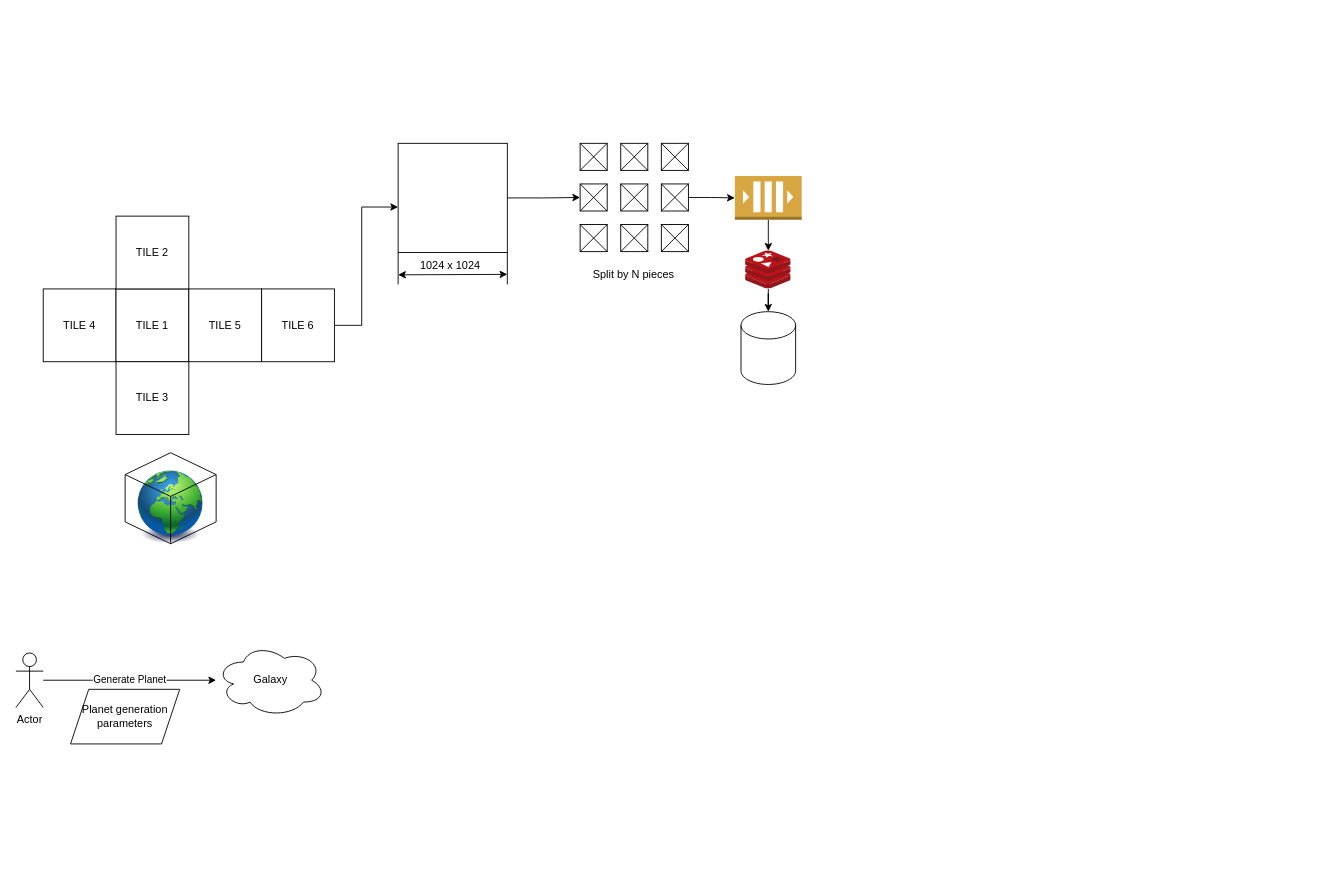
martin-obert/galaxy keeps this draw.io diagram as galaxy.drawio. Above is the earlier version. Source tidied: cells renumbered, new cells numbered last; positions are measured from the earlier drawing's top-left corner, leaving out a move shared by most shapes. Both pictures are drawn from the tidied source at 91%, with x=0, y=0 at pixel (15, 143).
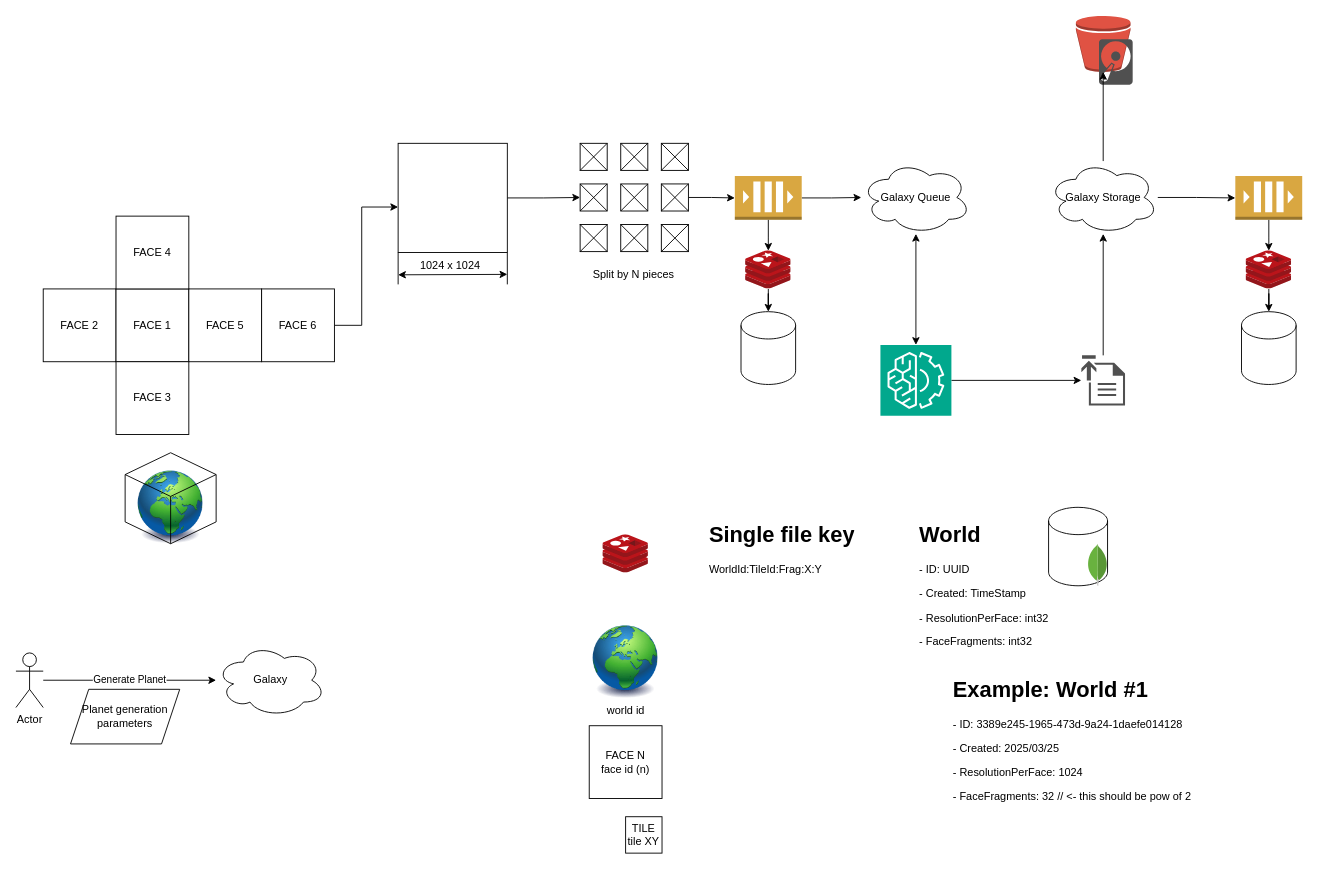
The same diagram, later.

Unchanged cells that the change refers to:
```xml
<mxCell id="10" style="outlineConnect=0;dashed=0;verticalLabelPosition=bottom;verticalAlign=top;align=center;html=1;shape=mxgraph.aws3.queue;fillColor=#D9A741;gradientColor=none;" parent="1" vertex="1">
  <mxGeometry x="790" y="36" width="73.5" height="48" as="geometry" />
</mxCell>
```

Change to the diagram source:
```diff
@@
+    <mxCell id="36" style="edgeStyle=orthogonalEdgeStyle;rounded=0;jettySize=auto;html=1;" parent="1" edge="1" source="10" target="47">
+      <mxGeometry relative="1" as="geometry" />
+    </mxCell>
@@
-    <mxCell id="12" style="whiteSpace=wrap;html=1;" parent="1" vertex="1">
+    <mxCell id="12" value="FACE 2" style="whiteSpace=wrap;html=1;" parent="1" vertex="1">
       <mxGeometry x="30" y="160" width="80" height="80" as="geometry" />
     </mxCell>
-    <mxCell id="13" style="whiteSpace=wrap;html=1;" parent="1" vertex="1">
+    <mxCell id="13" value="FACE 1" style="whiteSpace=wrap;html=1;" parent="1" vertex="1">
       <mxGeometry x="110" y="160" width="80" height="80" as="geometry" />
     </mxCell>
-    <mxCell id="14" style="whiteSpace=wrap;html=1;" parent="1" vertex="1">
+    <mxCell id="14" value="FACE 5" style="whiteSpace=wrap;html=1;" parent="1" vertex="1">
       <mxGeometry x="190" y="160" width="80" height="80" as="geometry" />
     </mxCell>
-    <mxCell id="15" style="whiteSpace=wrap;html=1;" parent="1" vertex="1">
+    <mxCell id="15" value="FACE 4" style="whiteSpace=wrap;html=1;" parent="1" vertex="1">
       <mxGeometry x="110" y="80" width="80" height="80" as="geometry" />
     </mxCell>
@@
-    <mxCell id="17" style="whiteSpace=wrap;html=1;" parent="1" vertex="1">
+    <mxCell id="17" value="FACE 6" style="whiteSpace=wrap;html=1;" parent="1" vertex="1">
       <mxGeometry x="270" y="160" width="80" height="80" as="geometry" />
     </mxCell>
-    <mxCell id="18" style="whiteSpace=wrap;html=1;" parent="1" vertex="1">
+    <mxCell id="18" value="FACE 3" style="whiteSpace=wrap;html=1;" parent="1" vertex="1">
       <mxGeometry x="110" y="240" width="80" height="80" as="geometry" />
     </mxCell>
-    <mxCell id="19" value="TILE 1" style="text;html=1;align=center;verticalAlign=middle;whiteSpace=wrap;rounded=0;" parent="1" vertex="1">
-      <mxGeometry x="120" y="185" width="60" height="30" as="geometry" />
-    </mxCell>
-    <mxCell id="20" value="TILE 2" style="text;html=1;align=center;verticalAlign=middle;whiteSpace=wrap;rounded=0;" parent="1" vertex="1">
-      <mxGeometry x="120" y="105" width="60" height="30" as="geometry" />
-    </mxCell>
-    <mxCell id="21" value="TILE 3" style="text;html=1;align=center;verticalAlign=middle;whiteSpace=wrap;rounded=0;" parent="1" vertex="1">
-      <mxGeometry x="120" y="265" width="60" height="30" as="geometry" />
-    </mxCell>
-    <mxCell id="22" value="TILE 4" style="text;html=1;align=center;verticalAlign=middle;whiteSpace=wrap;rounded=0;" parent="1" vertex="1">
-      <mxGeometry x="40" y="185" width="60" height="30" as="geometry" />
-    </mxCell>
-    <mxCell id="23" value="TILE 5" style="text;html=1;align=center;verticalAlign=middle;whiteSpace=wrap;rounded=0;" parent="1" vertex="1">
-      <mxGeometry x="200" y="185" width="60" height="30" as="geometry" />
-    </mxCell>
-    <mxCell id="24" value="TILE 6" style="text;html=1;align=center;verticalAlign=middle;whiteSpace=wrap;rounded=0;" parent="1" vertex="1">
-      <mxGeometry x="280" y="185" width="60" height="30" as="geometry" />
-    </mxCell>
@@
+    <mxCell id="37" style="edgeStyle=orthogonalEdgeStyle;rounded=0;jettySize=auto;html=1;" parent="1" edge="1" source="38" target="43">
+      <mxGeometry relative="1" as="geometry" />
+    </mxCell>
+    <mxCell id="38" style="sketch=0;shadow=0;dashed=0;html=1;strokeColor=none;fillColor=#505050;labelPosition=center;verticalLabelPosition=bottom;verticalAlign=top;outlineConnect=0;align=center;shape=mxgraph.office.concepts.upload;" parent="1" vertex="1">
+      <mxGeometry x="1170.8" y="233" width="48" height="55" as="geometry" />
+    </mxCell>
+    <mxCell id="39" style="outlineConnect=0;dashed=0;verticalLabelPosition=bottom;verticalAlign=top;align=center;html=1;shape=mxgraph.aws3.bucket;fillColor=#E05243;gradientColor=none;" parent="1" vertex="1">
+      <mxGeometry x="1164.8" y="-140" width="60" height="61.5" as="geometry" />
+    </mxCell>
+    <mxCell id="40" style="sketch=0;shadow=0;dashed=0;html=1;strokeColor=none;fillColor=#505050;labelPosition=center;verticalLabelPosition=bottom;verticalAlign=top;align=center;shape=mxgraph.office.devices.hard_disk;" parent="1" vertex="1">
+      <mxGeometry x="1190.2" y="-114.5" width="37" height="50" as="geometry" />
+    </mxCell>
+    <mxCell id="41" style="edgeStyle=orthogonalEdgeStyle;rounded=0;jettySize=auto;html=1;" parent="1" edge="1" source="43" target="39">
+      <mxGeometry relative="1" as="geometry" />
+    </mxCell>
+    <mxCell id="42" style="edgeStyle=orthogonalEdgeStyle;rounded=0;jettySize=auto;html=1;" parent="1" edge="1" source="43" target="49">
+      <mxGeometry relative="1" as="geometry" />
+    </mxCell>
+    <mxCell id="43" value="Galaxy Storage" style="ellipse;shape=cloud;whiteSpace=wrap;html=1;" parent="1" vertex="1">
+      <mxGeometry x="1134.8" y="19.5" width="120" height="80" as="geometry" />
+    </mxCell>
+    <mxCell id="44" style="edgeStyle=orthogonalEdgeStyle;rounded=0;jettySize=auto;html=1;startArrow=classic;startFill=1;" parent="1" edge="1" source="46" target="47">
+      <mxGeometry relative="1" as="geometry" />
+    </mxCell>
+    <mxCell id="45" style="edgeStyle=orthogonalEdgeStyle;rounded=0;jettySize=auto;html=1;" parent="1" edge="1" source="46" target="38">
+      <mxGeometry relative="1" as="geometry" />
+    </mxCell>
+    <mxCell id="46" style="sketch=0;points=[[0,0,0],[0.25,0,0],[0.5,0,0],[0.75,0,0],[1,0,0],[0,1,0],[0.25,1,0],[0.5,1,0],[0.75,1,0],[1,1,0],[0,0.25,0],[0,0.5,0],[0,0.75,0],[1,0.25,0],[1,0.5,0],[1,0.75,0]];outlineConnect=0;fontColor=#232F3E;fillColor=#01A88D;strokeColor=#ffffff;dashed=0;verticalLabelPosition=bottom;verticalAlign=top;align=center;html=1;fontSize=12;fontStyle=0;shape=mxgraph.aws4.resourceIcon;resIcon=mxgraph.aws4.machine_learning;" parent="1" vertex="1">
+      <mxGeometry x="950" y="221.5" width="78" height="78" as="geometry" />
+    </mxCell>
+    <mxCell id="47" value="Galaxy Queue" style="ellipse;shape=cloud;whiteSpace=wrap;html=1;" parent="1" vertex="1">
+      <mxGeometry x="929" y="19.5" width="120" height="80" as="geometry" />
+    </mxCell>
+    <mxCell id="48" style="edgeStyle=orthogonalEdgeStyle;rounded=0;jettySize=auto;html=1;" parent="1" edge="1" source="49" target="52">
+      <mxGeometry relative="1" as="geometry" />
+    </mxCell>
+    <mxCell id="49" style="outlineConnect=0;dashed=0;verticalLabelPosition=bottom;verticalAlign=top;align=center;html=1;shape=mxgraph.aws3.queue;fillColor=#D9A741;gradientColor=none;" parent="1" vertex="1">
+      <mxGeometry x="1340" y="36" width="73.5" height="48" as="geometry" />
+    </mxCell>
+    <mxCell id="50" style="shape=cylinder3;whiteSpace=wrap;html=1;boundedLbl=1;backgroundOutline=1;size=15;" parent="1" vertex="1">
+      <mxGeometry x="1346.8" y="185" width="60" height="80" as="geometry" />
+    </mxCell>
+    <mxCell id="51" style="edgeStyle=orthogonalEdgeStyle;rounded=0;jettySize=auto;html=1;" parent="1" edge="1" source="52" target="50">
+      <mxGeometry relative="1" as="geometry" />
+    </mxCell>
+    <mxCell id="52" style="image;sketch=0;html=1;points=[];align=center;fontSize=12;image=img/lib/mscae/Cache_Redis_Product.svg;" parent="1" vertex="1">
+      <mxGeometry x="1351.8" y="118" width="50" height="42" as="geometry" />
+    </mxCell>
+    <mxCell id="53" style="image;sketch=0;html=1;align=center;fontSize=12;image=img/lib/mscae/Cache_Redis_Product.svg;" parent="1" vertex="1">
+      <mxGeometry x="645" y="430" width="50" height="42" as="geometry" />
+    </mxCell>
+    <mxCell id="54" value="world id" style="image;html=1;image=img/lib/clip_art/general/Earth_globe_128x128.png;" parent="1" vertex="1">
+      <mxGeometry x="630" y="530" width="80" height="80" as="geometry" />
+    </mxCell>
+    <mxCell id="55" value="FACE N&lt;div&gt;face id (n)&lt;/div&gt;" style="whiteSpace=wrap;html=1;" parent="1" vertex="1">
+      <mxGeometry x="630" y="640" width="80" height="80" as="geometry" />
+    </mxCell>
+    <mxCell id="56" value="TILE&lt;div&gt;tile XY&lt;/div&gt;" style="whiteSpace=wrap;html=1;" parent="1" vertex="1">
+      <mxGeometry x="670" y="740" width="40" height="40" as="geometry" />
+    </mxCell>
+    <mxCell id="57" value="&lt;h1 style=&quot;margin-top: 0px;&quot;&gt;Single file key&lt;/h1&gt;&lt;p&gt;WorldId:TileId:Frag:X:Y&lt;/p&gt;" style="text;html=1;whiteSpace=wrap;overflow=hidden;rounded=0;" parent="1" vertex="1">
+      <mxGeometry x="760" y="410" width="180" height="120" as="geometry" />
+    </mxCell>
+    <mxCell id="58" value="&lt;h1 style=&quot;margin-top: 0px;&quot;&gt;World&lt;/h1&gt;&lt;p&gt;- ID: UUID&lt;/p&gt;&lt;p&gt;- Created: TimeStamp&lt;/p&gt;&lt;p&gt;- ResolutionPerFace: int32&lt;/p&gt;&lt;p&gt;- FaceFragments: int32&lt;/p&gt;" style="text;html=1;whiteSpace=wrap;overflow=hidden;rounded=0;" parent="1" vertex="1">
+      <mxGeometry x="990.8" y="410" width="180" height="160" as="geometry" />
+    </mxCell>
+    <mxCell id="59" style="shape=cylinder3;whiteSpace=wrap;html=1;boundedLbl=1;backgroundOutline=1;size=15;" parent="1" vertex="1">
+      <mxGeometry x="1134.8" y="400" width="64.8" height="86.2" as="geometry" />
+    </mxCell>
+    <mxCell id="60" style="dashed=0;html=1;align=center;labelPosition=center;verticalLabelPosition=bottom;verticalAlign=top;shape=mxgraph.weblogos.mongodb;" parent="59" vertex="1">
+      <mxGeometry x="42.7" y="40" width="22.1" height="46.2" as="geometry" />
+    </mxCell>
+    <mxCell id="61" value="&lt;h1 style=&quot;margin-top: 0px;&quot;&gt;Example: World #1&lt;/h1&gt;&lt;p&gt;- ID: 3389e245-1965-473d-9a24-1daefe014128&lt;/p&gt;&lt;p&gt;- Created: 2025/03/25&lt;/p&gt;&lt;p&gt;- ResolutionPerFace: 1024&lt;/p&gt;&lt;p&gt;- FaceFragments: 32 // &amp;lt;- this should be pow of 2&lt;/p&gt;" style="text;html=1;whiteSpace=wrap;overflow=hidden;rounded=0;" parent="1" vertex="1">
+      <mxGeometry x="1028" y="580" width="292" height="160" as="geometry" />
+    </mxCell>
```
